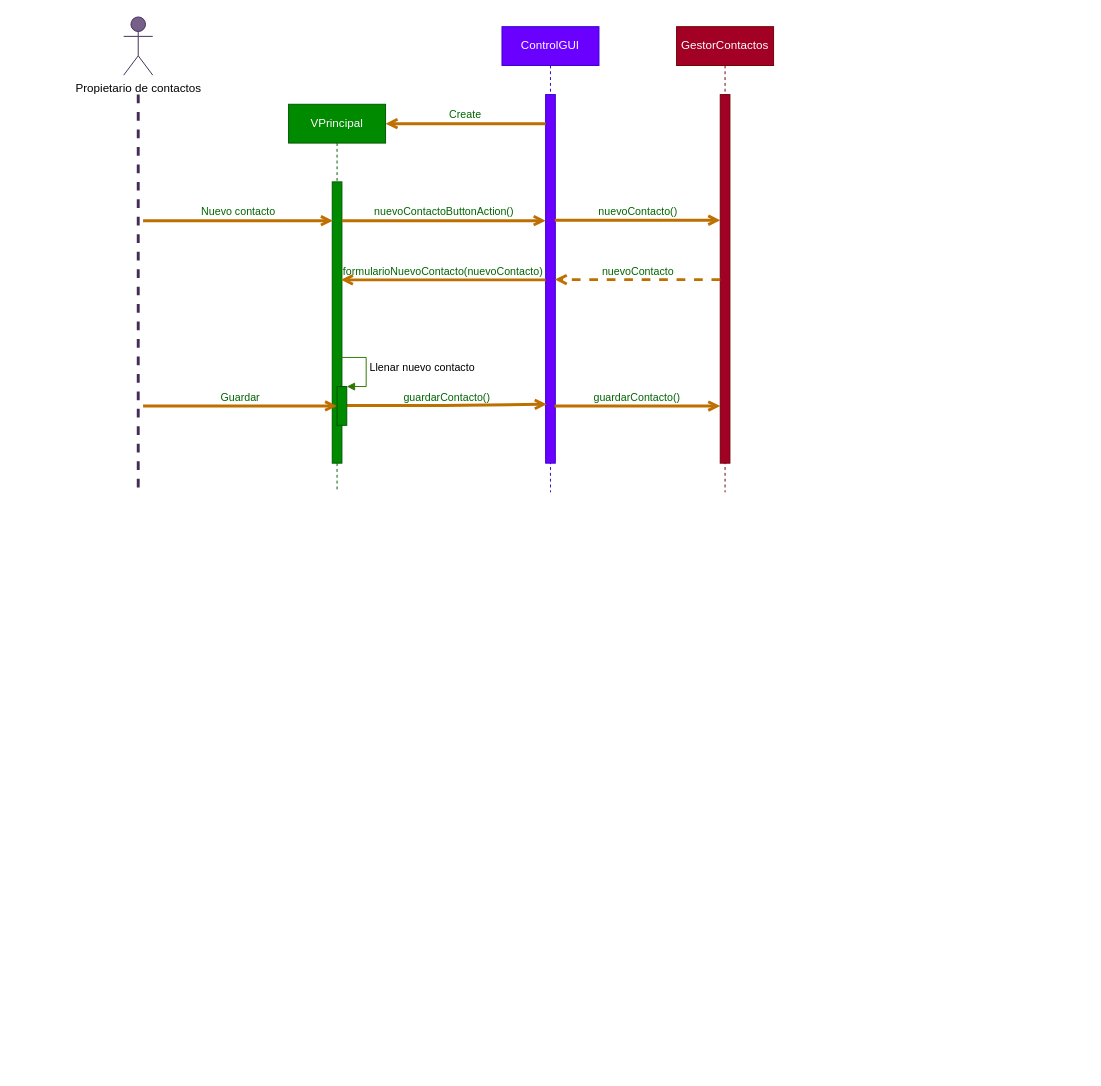
This is diagramas/diagramas de secuencia/secuenciaC2_NuevoContacto.drawio from JuanCarlosGarciaZepeda/SmartScheduler, a draw.io file, before an edit. Source tidied: cells renumbered, new cells numbered last; positions are measured from the earlier drawing's top-left corner, leaving out a move shared by most shapes. Both pictures are drawn from the tidied source at 97%, with x=0, y=0 at pixel (123, 16).
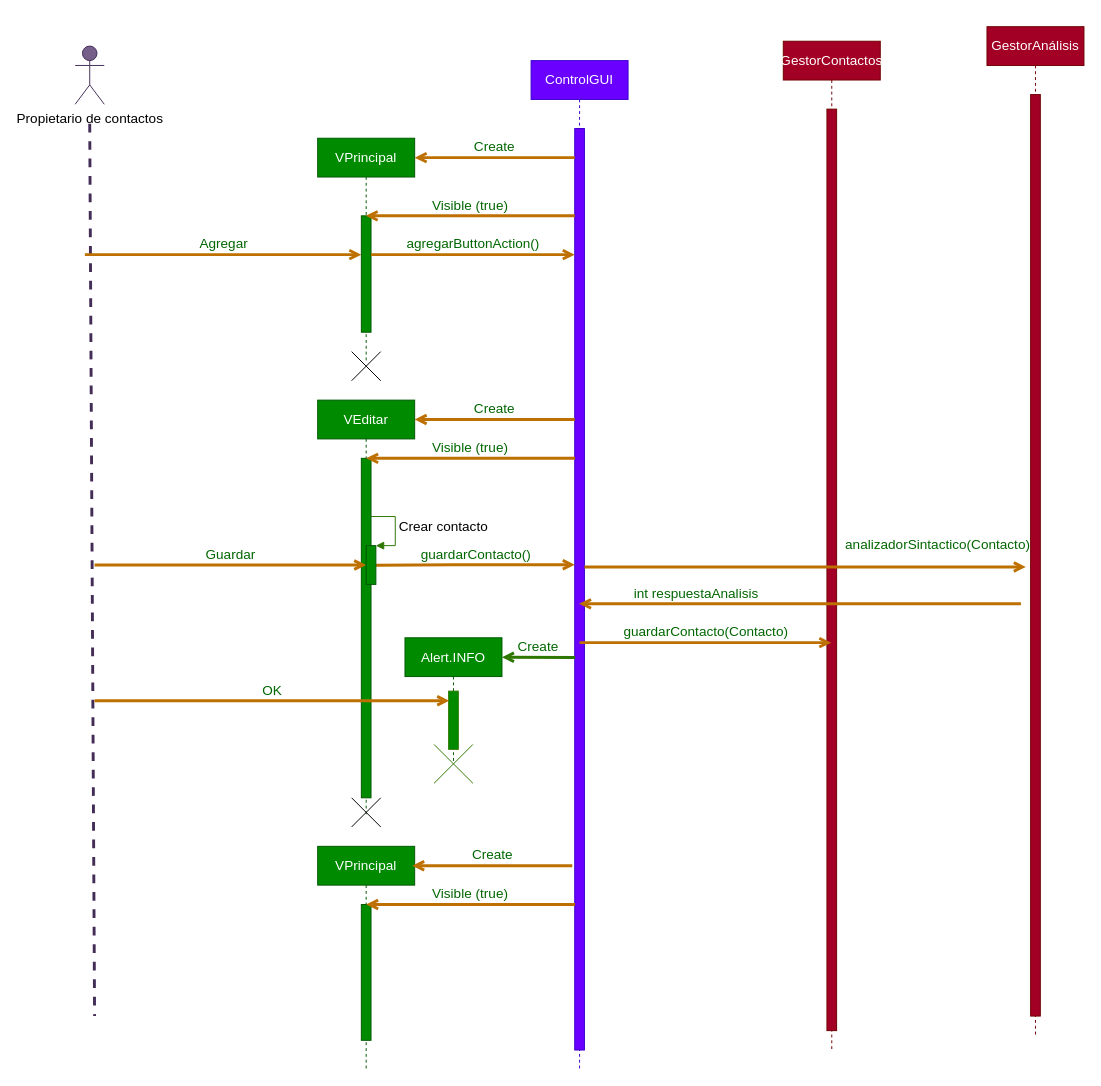
The same page after the edit.

Change to the diagram source:
```diff
@@
-    <mxCell id="2" value="Propietario de contactos" style="shape=umlActor;verticalLabelPosition=bottom;verticalAlign=top;html=1;fillColor=#76608a;strokeColor=#432D57;fontColor=#000000;" parent="1" vertex="1">
-      <mxGeometry width="30" height="60" as="geometry" />
+    <mxCell id="2" value="Propietario de contactos" style="shape=umlActor;verticalLabelPosition=bottom;verticalAlign=top;html=1;fillColor=#76608a;strokeColor=#432D57;fontColor=#000000;fontSize=14;" parent="1" vertex="1">
+      <mxGeometry x="-50" y="30" width="30" height="60" as="geometry" />
     </mxCell>
-    <mxCell id="3" style="endArrow=none;startArrow=none;endFill=0;startFill=0;endSize=8;html=1;verticalAlign=bottom;labelBackgroundColor=none;strokeWidth=3;fillColor=#76608a;strokeColor=#432D57;dashed=1;" parent="1" edge="1">
-      <mxGeometry relative="1" as="geometry">
-        <mxPoint x="15" y="80" as="sourcePoint" />
-        <mxPoint x="15" y="490" as="targetPoint" />
-      </mxGeometry>
-    </mxCell>
-    <mxCell id="4" value="VPrincipal" style="shape=umlLifeline;perimeter=lifelinePerimeter;whiteSpace=wrap;html=1;fillColor=#008a00;strokeColor=#005700;fontColor=#ffffff;" parent="1" vertex="1">
-      <mxGeometry x="170" y="90" width="100" height="400" as="geometry" />
-    </mxCell>
-    <mxCell id="5" style="html=1;points=[];perimeter=orthogonalPerimeter;fillColor=#008a00;strokeColor=#005700;fontColor=#ffffff;" parent="4" vertex="1">
-      <mxGeometry x="45" y="80" width="10" height="290" as="geometry" />
-    </mxCell>
+    <mxCell id="21" style="endArrow=none;startArrow=none;endFill=0;startFill=0;endSize=8;html=1;verticalAlign=bottom;labelBackgroundColor=none;strokeWidth=3;fillColor=#76608a;strokeColor=#432D57;dashed=1;fontSize=14;" parent="1" edge="1">
+      <mxGeometry relative="1" as="geometry">
+        <mxPoint x="-35" y="110" as="sourcePoint" />
+        <mxPoint x="-30" y="1030" as="targetPoint" />
+      </mxGeometry>
+    </mxCell>
+    <mxCell id="22" value="VPrincipal" style="shape=umlLifeline;perimeter=lifelinePerimeter;whiteSpace=wrap;html=1;outlineConnect=0;fillColor=#008a00;strokeColor=#005700;fontColor=#ffffff;fontSize=14;" parent="1" vertex="1">
+      <mxGeometry x="200" y="125" width="100" height="230" as="geometry" />
+    </mxCell>
+    <mxCell id="23" style="html=1;points=[];perimeter=orthogonalPerimeter;fillColor=#008a00;strokeColor=#005700;fontColor=#ffffff;fontSize=14;" parent="22" vertex="1">
+      <mxGeometry x="45" y="80" width="10" height="120" as="geometry" />
+    </mxCell>
-    <mxCell id="6" value="ControlGUI" style="shape=umlLifeline;perimeter=lifelinePerimeter;whiteSpace=wrap;html=1;outlineConnect=0;strokeColor=#3700CC;fillColor=#6a00ff;fontColor=#ffffff;" parent="1" vertex="1">
-      <mxGeometry x="390" y="10" width="100" height="480" as="geometry" />
+    <mxCell id="6" value="ControlGUI" style="shape=umlLifeline;perimeter=lifelinePerimeter;whiteSpace=wrap;html=1;outlineConnect=0;strokeColor=#3700CC;fillColor=#6a00ff;fontColor=#ffffff;fontSize=14;" parent="1" vertex="1">
+      <mxGeometry x="420" y="45" width="100" height="1040" as="geometry" />
     </mxCell>
-    <mxCell id="7" style="html=1;points=[];perimeter=orthogonalPerimeter;fillColor=#6a00ff;strokeColor=#3700CC;fontColor=#ffffff;" parent="6" vertex="1">
-      <mxGeometry x="45" y="70" width="10" height="380" as="geometry" />
-    </mxCell>
+    <mxCell id="24" style="html=1;points=[];perimeter=orthogonalPerimeter;fillColor=#6a00ff;strokeColor=#3700CC;fontColor=#ffffff;fontSize=14;" parent="6" vertex="1">
+      <mxGeometry x="45" y="70" width="10" height="950" as="geometry" />
+    </mxCell>
-    <mxCell id="8" value="GestorContactos" style="shape=umlLifeline;perimeter=lifelinePerimeter;whiteSpace=wrap;html=1;outlineConnect=0;fillColor=#a20025;strokeColor=#6F0000;fontColor=#ffffff;" parent="1" vertex="1">
-      <mxGeometry x="570" y="10" width="100" height="480" as="geometry" />
+    <mxCell id="8" value="GestorContactos" style="shape=umlLifeline;perimeter=lifelinePerimeter;whiteSpace=wrap;html=1;outlineConnect=0;fillColor=#a20025;strokeColor=#6F0000;fontColor=#ffffff;fontSize=14;" parent="1" vertex="1">
+      <mxGeometry x="680" y="25" width="100" height="1040" as="geometry" />
     </mxCell>
-    <mxCell id="9" style="html=1;points=[];perimeter=orthogonalPerimeter;fillColor=#a20025;strokeColor=#6F0000;fontColor=#ffffff;" parent="8" vertex="1">
-      <mxGeometry x="45" y="70" width="10" height="380" as="geometry" />
-    </mxCell>
-    <mxCell id="10" value="Nuevo contacto" style="html=1;verticalAlign=bottom;labelBackgroundColor=none;endArrow=open;endFill=0;fontColor=#006600;strokeWidth=3;fillColor=#f0a30a;strokeColor=#BD7000;entryX=0.067;entryY=0.138;entryDx=0;entryDy=0;entryPerimeter=0;" parent="1" edge="1" target="5">
-      <mxGeometry relative="1" as="geometry">
-        <mxPoint x="20" y="210" as="sourcePoint" />
-      </mxGeometry>
-    </mxCell>
-    <mxCell id="11" value="guardarContacto()" style="html=1;verticalAlign=bottom;labelBackgroundColor=none;endArrow=open;endFill=0;fontColor=#006600;strokeWidth=3;fillColor=#f0a30a;strokeColor=#BD7000;entryX=0.114;entryY=0.84;entryDx=0;entryDy=0;entryPerimeter=0;" parent="1" edge="1" target="7">
-      <mxGeometry relative="1" as="geometry">
-        <mxPoint x="230" y="400.5" as="sourcePoint" />
-        <Array as="points">
-          <mxPoint x="340" y="400.5" />
-        </Array>
-      </mxGeometry>
-    </mxCell>
-    <mxCell id="12" value="Create" style="html=1;verticalAlign=bottom;labelBackgroundColor=none;endArrow=open;endFill=0;fontColor=#006600;strokeWidth=3;fillColor=#f0a30a;strokeColor=#BD7000;" parent="1" edge="1" source="7">
-      <mxGeometry relative="1" as="geometry">
-        <mxPoint x="270" y="110" as="targetPoint" />
-      </mxGeometry>
-    </mxCell>
-    <mxCell id="13" value="formularioNuevoContacto(nuevoContacto)" style="html=1;verticalAlign=bottom;labelBackgroundColor=none;endArrow=open;endFill=0;fontColor=#006600;strokeWidth=3;fillColor=#f0a30a;strokeColor=#BD7000;" parent="1" edge="1" source="7">
-      <mxGeometry relative="1" as="geometry">
-        <mxPoint x="224" y="271" as="targetPoint" />
-        <Array as="points">
-          <mxPoint x="360" y="271" />
-        </Array>
-      </mxGeometry>
-    </mxCell>
-    <mxCell id="14" value="nuevoContacto()" style="html=1;verticalAlign=bottom;labelBackgroundColor=none;endArrow=open;endFill=0;fontColor=#006600;strokeWidth=3;fillColor=#f0a30a;strokeColor=#BD7000;exitX=0.95;exitY=0.341;exitDx=0;exitDy=0;exitPerimeter=0;" parent="1" edge="1" source="7" target="9">
-      <mxGeometry relative="1" as="geometry" />
-    </mxCell>
+    <mxCell id="25" style="html=1;perimeter=orthogonalPerimeter;fillColor=#a20025;strokeColor=#6F0000;fontColor=#ffffff;fontSize=14;" parent="8" vertex="1">
+      <mxGeometry x="45" y="70" width="10" height="950" as="geometry" />
+    </mxCell>
+    <mxCell id="26" value="Agregar" style="html=1;verticalAlign=bottom;labelBackgroundColor=none;endArrow=open;endFill=0;fontColor=#006600;strokeWidth=3;fillColor=#f0a30a;strokeColor=#BD7000;fontSize=14;" parent="1" edge="1" target="23">
+      <mxGeometry relative="1" as="geometry">
+        <mxPoint x="-40" y="245" as="sourcePoint" />
+      </mxGeometry>
+    </mxCell>
+    <mxCell id="27" value="guardarContacto()" style="html=1;verticalAlign=bottom;labelBackgroundColor=none;endArrow=open;endFill=0;fontColor=#006600;strokeWidth=3;fillColor=#f0a30a;strokeColor=#BD7000;fontSize=14;" parent="1" edge="1">
+      <mxGeometry relative="1" as="geometry">
+        <mxPoint x="260" y="565.2" as="sourcePoint" />
+        <mxPoint x="465" y="564.7" as="targetPoint" />
+        <Array as="points">
+          <mxPoint x="350" y="564.7" />
+        </Array>
+      </mxGeometry>
+    </mxCell>
+    <mxCell id="28" value="Create" style="html=1;verticalAlign=bottom;labelBackgroundColor=none;endArrow=open;endFill=0;fontColor=#006600;strokeWidth=3;fillColor=#f0a30a;strokeColor=#BD7000;fontSize=14;" parent="1" edge="1" source="24">
+      <mxGeometry relative="1" as="geometry">
+        <mxPoint x="300" y="145" as="targetPoint" />
+      </mxGeometry>
+    </mxCell>
+    <mxCell id="29" value="agregarButtonAction()" style="html=1;verticalAlign=bottom;labelBackgroundColor=none;endArrow=open;endFill=0;fontColor=#006600;strokeWidth=3;fillColor=#f0a30a;strokeColor=#BD7000;fontSize=14;" parent="1" edge="1" source="23" target="24">
+      <mxGeometry relative="1" as="geometry">
+        <Array as="points">
+          <mxPoint x="380" y="245" />
+        </Array>
+      </mxGeometry>
+    </mxCell>
+    <mxCell id="30" value="analizadorSintactico(Contacto)" style="html=1;verticalAlign=bottom;labelBackgroundColor=none;endArrow=open;endFill=0;fontColor=#006600;strokeWidth=3;fillColor=#f0a30a;strokeColor=#BD7000;fontSize=14;" parent="1" edge="1" source="24">
+      <mxGeometry x="0.6" y="12" relative="1" as="geometry">
+        <mxPoint x="930" y="567" as="targetPoint" />
+      </mxGeometry>
+    </mxCell>
+    <mxCell id="31" value="Crear contacto" style="edgeStyle=orthogonalEdgeStyle;html=1;align=left;spacingLeft=2;endArrow=block;rounded=0;entryX=1;entryY=0;fillColor=#60a917;strokeColor=#2D7600;shadow=0;fontColor=#000000;labelBackgroundColor=#ffffff;fontSize=14;" parent="1" edge="1" target="35">
+      <mxGeometry relative="1" as="geometry">
+        <mxPoint x="250" y="515" as="sourcePoint" />
+        <Array as="points">
+          <mxPoint x="280" y="515" />
+          <mxPoint x="280" y="545" />
+        </Array>
+      </mxGeometry>
+    </mxCell>
+    <mxCell id="32" value="VEditar" style="shape=umlLifeline;perimeter=lifelinePerimeter;whiteSpace=wrap;html=1;fillColor=#008a00;strokeColor=#005700;fontColor=#ffffff;fontSize=14;" parent="1" vertex="1">
+      <mxGeometry x="200" y="395" width="100" height="430" as="geometry" />
+    </mxCell>
+    <mxCell id="33" style="html=1;perimeter=orthogonalPerimeter;fillColor=#008a00;strokeColor=#005700;fontColor=#ffffff;fontSize=14;" parent="32" vertex="1">
+      <mxGeometry x="45" y="60" width="10" height="350" as="geometry" />
+    </mxCell>
+    <mxCell id="34" value="Create" style="html=1;verticalAlign=bottom;labelBackgroundColor=none;endArrow=open;endFill=0;fontColor=#006600;strokeWidth=3;fillColor=#f0a30a;strokeColor=#BD7000;fontSize=14;" parent="1" edge="1">
+      <mxGeometry relative="1" as="geometry">
+        <mxPoint x="465" y="415" as="sourcePoint" />
+        <mxPoint x="300" y="415" as="targetPoint" />
+      </mxGeometry>
+    </mxCell>
-    <mxCell id="15" value="Guardar" style="html=1;verticalAlign=bottom;labelBackgroundColor=none;endArrow=open;endFill=0;fontColor=#006600;strokeWidth=3;fillColor=#f0a30a;strokeColor=#BD7000;" parent="1" edge="1" target="19">
+    <mxCell id="15" value="Guardar" style="html=1;verticalAlign=bottom;labelBackgroundColor=none;endArrow=open;endFill=0;fontColor=#006600;strokeWidth=3;fillColor=#f0a30a;strokeColor=#BD7000;fontSize=14;" parent="1" edge="1">
       <mxGeometry relative="1" as="geometry">
-        <mxPoint x="20" y="401" as="sourcePoint" />
+        <mxPoint x="-30" y="565" as="sourcePoint" />
+        <mxPoint x="250" y="565" as="targetPoint" />
       </mxGeometry>
     </mxCell>
-    <mxCell id="16" value="nuevoContactoButtonAction()" style="html=1;verticalAlign=bottom;labelBackgroundColor=none;endArrow=open;endFill=0;fontColor=#006600;strokeWidth=3;fillColor=#f0a30a;strokeColor=#BD7000;" parent="1" edge="1" source="5" target="7">
-      <mxGeometry relative="1" as="geometry">
-        <Array as="points">
-          <mxPoint x="350" y="210" />
-        </Array>
-      </mxGeometry>
-    </mxCell>
-    <mxCell id="17" value="guardarContacto()" style="html=1;verticalAlign=bottom;labelBackgroundColor=none;endArrow=open;endFill=0;fontColor=#006600;strokeWidth=3;fillColor=#f0a30a;strokeColor=#BD7000;exitX=0.914;exitY=0.845;exitDx=0;exitDy=0;exitPerimeter=0;" parent="1" edge="1" source="7" target="9">
-      <mxGeometry relative="1" as="geometry" />
-    </mxCell>
-    <mxCell id="18" value="nuevoContacto" style="html=1;verticalAlign=bottom;labelBackgroundColor=none;endArrow=open;endFill=0;fontColor=#006600;strokeWidth=3;fillColor=#f0a30a;strokeColor=#BD7000;dashed=1;entryX=0.948;entryY=0.502;entryDx=0;entryDy=0;entryPerimeter=0;" parent="1" edge="1" source="9" target="7">
-      <mxGeometry relative="1" as="geometry" />
-    </mxCell>
-    <mxCell id="19" style="html=1;points=[];perimeter=orthogonalPerimeter;fillColor=#008a00;strokeColor=#005700;shadow=0;fontColor=#ffffff;labelBackgroundColor=#ffffff;" parent="1" vertex="1">
-      <mxGeometry x="220" y="381" width="10" height="40" as="geometry" />
-    </mxCell>
-    <mxCell id="20" value="Llenar nuevo contacto" style="edgeStyle=orthogonalEdgeStyle;html=1;align=left;spacingLeft=2;endArrow=block;rounded=0;entryX=1;entryY=0;fillColor=#60a917;strokeColor=#2D7600;shadow=0;fontColor=#000000;labelBackgroundColor=#ffffff;" parent="1" edge="1" target="19">
-      <mxGeometry relative="1" as="geometry">
-        <mxPoint x="220" y="351" as="sourcePoint" />
-        <Array as="points">
-          <mxPoint x="250" y="351" />
-          <mxPoint x="250" y="381" />
-        </Array>
-      </mxGeometry>
-    </mxCell>
+    <mxCell id="35" style="html=1;points=[];perimeter=orthogonalPerimeter;fillColor=#008a00;strokeColor=#005700;shadow=0;fontColor=#ffffff;labelBackgroundColor=#ffffff;fontSize=14;" parent="1" vertex="1">
+      <mxGeometry x="250" y="545" width="10" height="40" as="geometry" />
+    </mxCell>
+    <mxCell id="36" style="shape=umlDestroy;strokeColor=#000000;fontSize=14;" parent="1" vertex="1">
+      <mxGeometry x="235" y="805" width="30" height="30" as="geometry" />
+    </mxCell>
+    <mxCell id="37" style="shape=umlDestroy;strokeColor=#000000;fontSize=14;" parent="1" vertex="1">
+      <mxGeometry x="235" y="345" width="30" height="30" as="geometry" />
+    </mxCell>
+    <mxCell id="38" value="GestorAnálisis" style="shape=umlLifeline;perimeter=lifelinePerimeter;whiteSpace=wrap;html=1;fillColor=#a20025;strokeColor=#6F0000;fontColor=#ffffff;fontSize=14;" parent="1" vertex="1">
+      <mxGeometry x="890" y="10" width="100" height="1040" as="geometry" />
+    </mxCell>
+    <mxCell id="39" style="html=1;perimeter=orthogonalPerimeter;fillColor=#a20025;strokeColor=#6F0000;fontColor=#ffffff;fontSize=14;" parent="38" vertex="1">
+      <mxGeometry x="45" y="70" width="10" height="950" as="geometry" />
+    </mxCell>
+    <mxCell id="40" value="int respuestaAnalisis" style="html=1;verticalAlign=bottom;labelBackgroundColor=none;endArrow=open;endFill=0;fontColor=#006600;strokeWidth=3;fillColor=#f0a30a;strokeColor=#BD7000;fontSize=14;" parent="1" edge="1" target="6">
+      <mxGeometry x="0.47" relative="1" as="geometry">
+        <mxPoint x="925" y="605" as="sourcePoint" />
+      </mxGeometry>
+    </mxCell>
+    <mxCell id="41" value="guardarContacto(Contacto)" style="html=1;verticalAlign=bottom;labelBackgroundColor=none;endArrow=open;endFill=0;fontColor=#006600;strokeWidth=3;fillColor=#f0a30a;strokeColor=#BD7000;exitX=0.95;exitY=0.341;exitDx=0;exitDy=0;exitPerimeter=0;fontSize=14;" parent="1" edge="1" target="8">
+      <mxGeometry relative="1" as="geometry">
+        <mxPoint x="470" y="645" as="sourcePoint" />
+      </mxGeometry>
+    </mxCell>
+    <mxCell id="42" value="VPrincipal" style="shape=umlLifeline;perimeter=lifelinePerimeter;whiteSpace=wrap;html=1;fillColor=#008a00;strokeColor=#005700;fontColor=#ffffff;fontSize=14;" parent="1" vertex="1">
+      <mxGeometry x="200" y="855" width="100" height="230" as="geometry" />
+    </mxCell>
+    <mxCell id="43" style="html=1;perimeter=orthogonalPerimeter;fillColor=#008a00;strokeColor=#005700;fontColor=#ffffff;fontSize=14;" parent="42" vertex="1">
+      <mxGeometry x="45" y="60" width="10" height="140" as="geometry" />
+    </mxCell>
+    <mxCell id="44" value="Create" style="html=1;verticalAlign=bottom;labelBackgroundColor=none;endArrow=open;endFill=0;fontColor=#006600;strokeWidth=3;fillColor=#f0a30a;strokeColor=#BD7000;fontSize=14;" parent="1" edge="1">
+      <mxGeometry relative="1" as="geometry">
+        <mxPoint x="462.5" y="875" as="sourcePoint" />
+        <mxPoint x="297.5" y="875" as="targetPoint" />
+      </mxGeometry>
+    </mxCell>
+    <mxCell id="45" value="Visible (true)" style="html=1;verticalAlign=bottom;labelBackgroundColor=none;endArrow=open;endFill=0;fontColor=#006600;strokeWidth=3;fillColor=#f0a30a;strokeColor=#BD7000;fontSize=14;" parent="1" edge="1" target="22">
+      <mxGeometry relative="1" as="geometry">
+        <mxPoint x="465" y="205" as="sourcePoint" />
+      </mxGeometry>
+    </mxCell>
+    <mxCell id="46" value="Visible (true)" style="html=1;verticalAlign=bottom;labelBackgroundColor=none;endArrow=open;endFill=0;fontColor=#006600;strokeWidth=3;fillColor=#f0a30a;strokeColor=#BD7000;fontSize=14;" parent="1" edge="1">
+      <mxGeometry relative="1" as="geometry">
+        <mxPoint x="465.3" y="455" as="sourcePoint" />
+        <mxPoint x="250" y="455" as="targetPoint" />
+      </mxGeometry>
+    </mxCell>
+    <mxCell id="47" value="Visible (true)" style="html=1;verticalAlign=bottom;labelBackgroundColor=none;endArrow=open;endFill=0;fontColor=#006600;strokeWidth=3;fillColor=#f0a30a;strokeColor=#BD7000;fontSize=14;" parent="1" edge="1">
+      <mxGeometry relative="1" as="geometry">
+        <mxPoint x="465.3" y="915" as="sourcePoint" />
+        <mxPoint x="250" y="915" as="targetPoint" />
+      </mxGeometry>
+    </mxCell>
+    <mxCell id="48" value="Alert.INFO" style="shape=umlLifeline;perimeter=lifelinePerimeter;whiteSpace=wrap;html=1;fontColor=#ffffff;strokeColor=#005700;fillColor=#008A00;fontSize=14;" parent="1" vertex="1">
+      <mxGeometry x="290" y="640" width="100" height="130" as="geometry" />
+    </mxCell>
+    <mxCell id="49" style="html=1;points=[];perimeter=orthogonalPerimeter;strokeColor=#2D7600;fontColor=#ffffff;fillColor=#008A00;fontSize=14;" parent="48" vertex="1">
+      <mxGeometry x="45" y="55" width="10" height="60" as="geometry" />
+    </mxCell>
+    <mxCell id="50" value="Create" style="html=1;verticalAlign=bottom;labelBackgroundColor=none;endArrow=open;endFill=0;fontColor=#006600;strokeWidth=3;fillColor=#60a917;strokeColor=#2D7600;fontSize=14;exitX=0.033;exitY=0.574;exitDx=0;exitDy=0;exitPerimeter=0;" parent="1" edge="1" source="24">
+      <mxGeometry relative="1" as="geometry">
+        <mxPoint x="390" y="660" as="targetPoint" />
+      </mxGeometry>
+    </mxCell>
+    <mxCell id="51" style="shape=umlDestroy;dashed=0;fillColor=#60a917;strokeColor=#2D7600;fontColor=#ffffff;fontSize=14;" parent="1" vertex="1">
+      <mxGeometry x="320" y="750" width="40" height="40" as="geometry" />
+    </mxCell>
+    <mxCell id="52" value="OK" style="html=1;verticalAlign=bottom;labelBackgroundColor=none;endArrow=open;endFill=0;fontColor=#006600;strokeWidth=3;fillColor=#f0a30a;strokeColor=#BD7000;entryX=0.057;entryY=0.165;entryDx=0;entryDy=0;entryPerimeter=0;fontSize=14;" parent="1" edge="1" target="49">
+      <mxGeometry relative="1" as="geometry">
+        <mxPoint x="-30" y="705" as="sourcePoint" />
+      </mxGeometry>
+    </mxCell>
```
